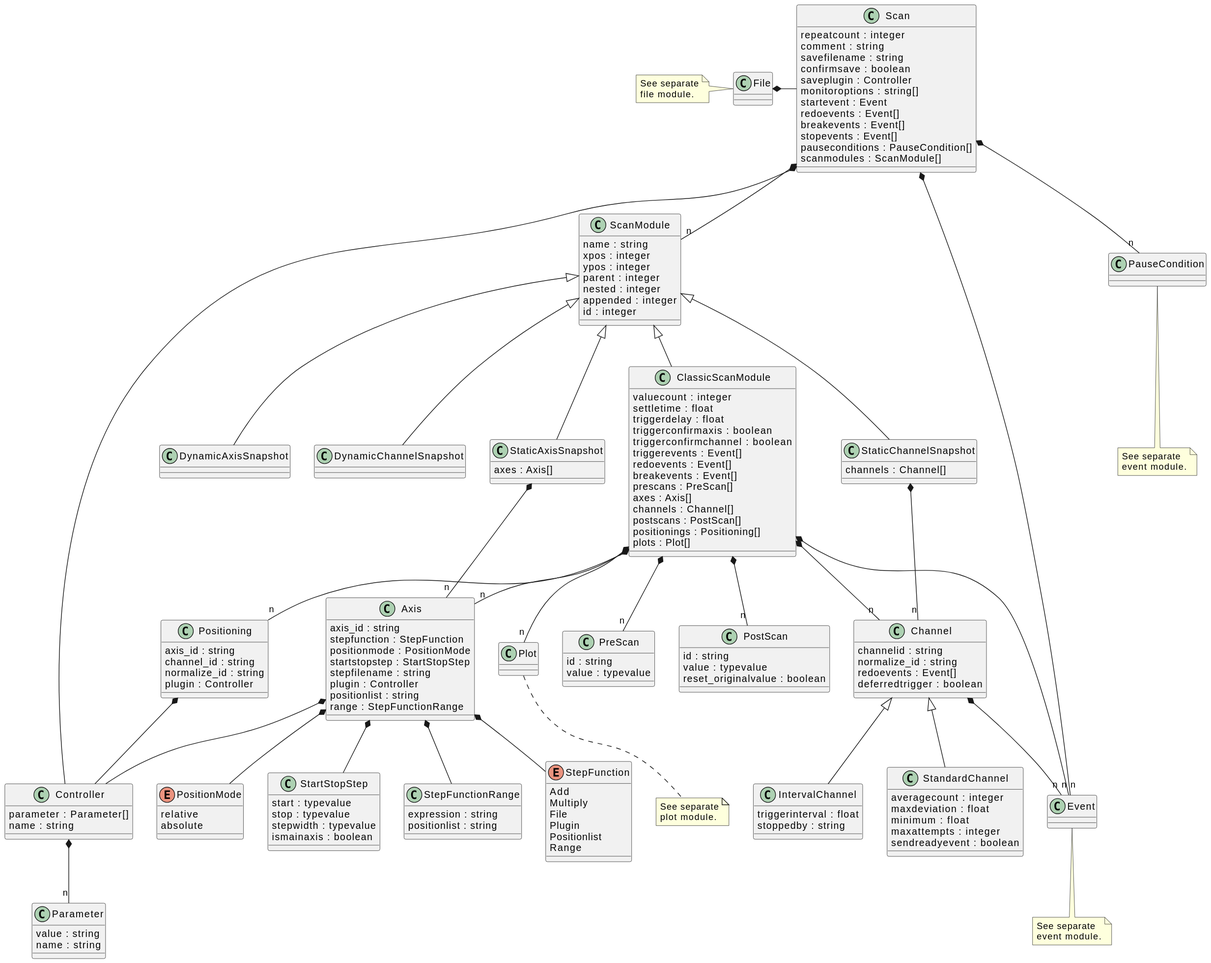
Above: docs/uml/evedata.scml.scan.svg in tillbiskup/evedata (PlantUML), before the change.
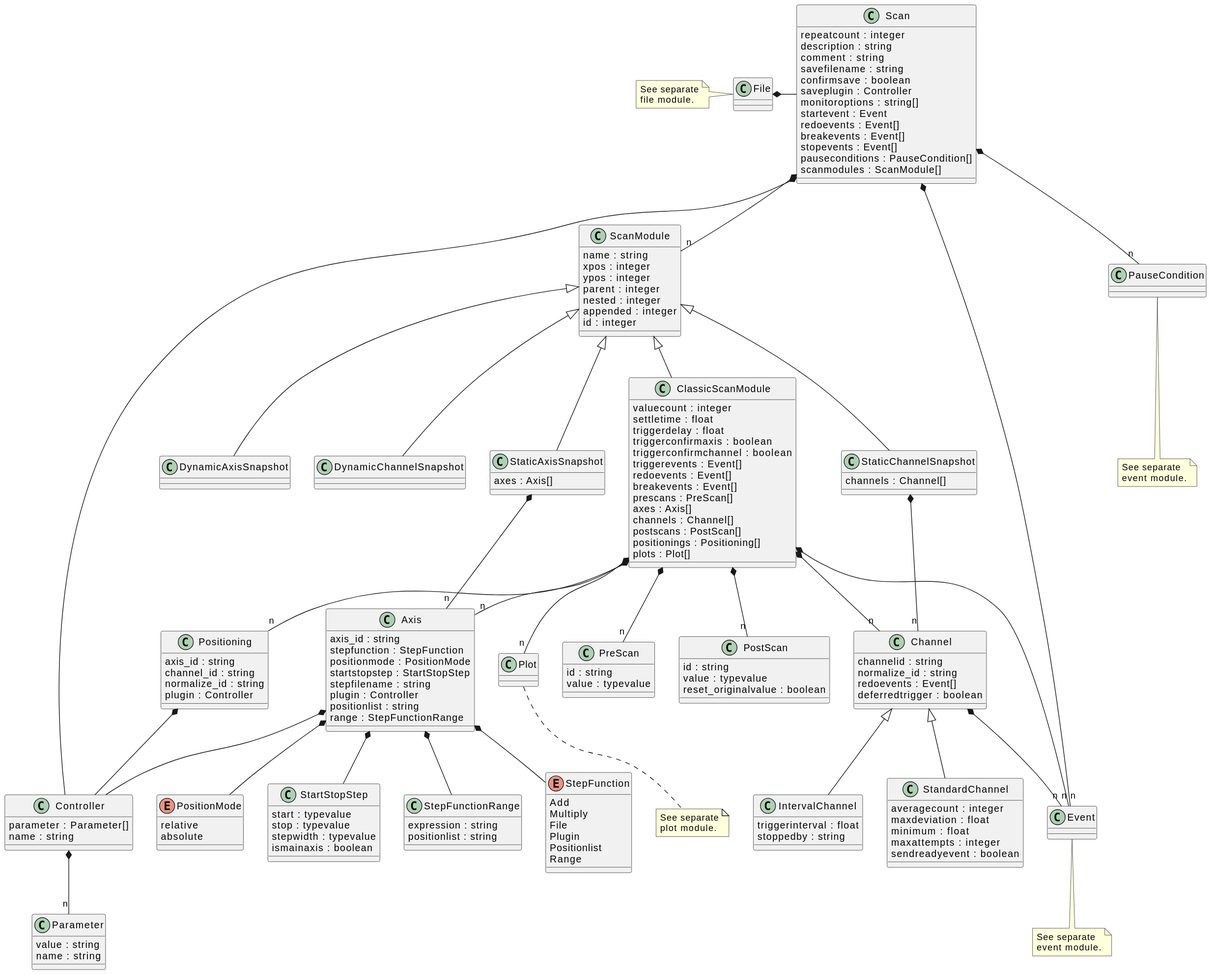
After the commit.

Commit message:
Comment/Description attribute; move and rename location attribute

Diff of the diagram source:
```diff
@@ -2,6 +2,7 @@
 
 class Scan {
     repeatcount : integer
+    description : string
     comment : string
     savefilename : string
     confirmsave : boolean
```
